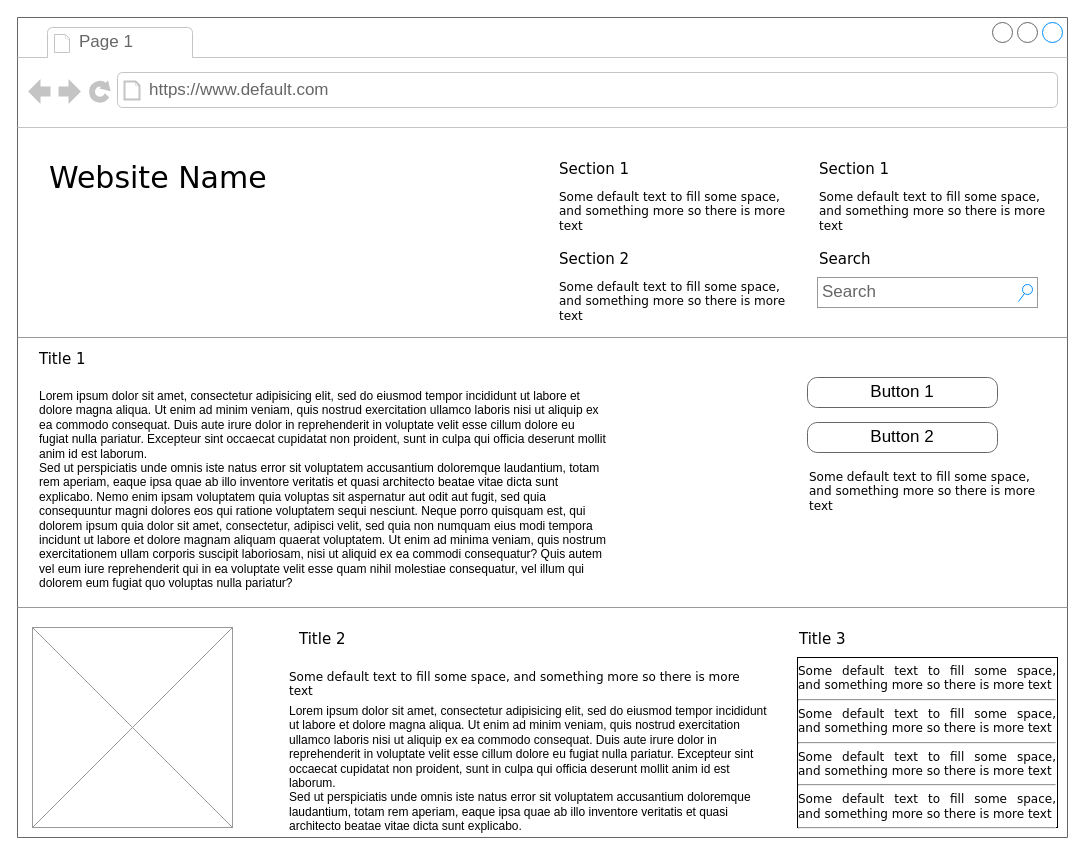
Before: Untitled Diagram.drawio in dfain2018/dfain2018.github.io, a draw.io diagram. Source tidied: cells renumbered, new cells numbered last; positions are measured from the earlier drawing's top-left corner, leaving out a move shared by most shapes. Both pictures are drawn from the tidied source at 100%, with x=0, y=0 at pixel (17, 17).
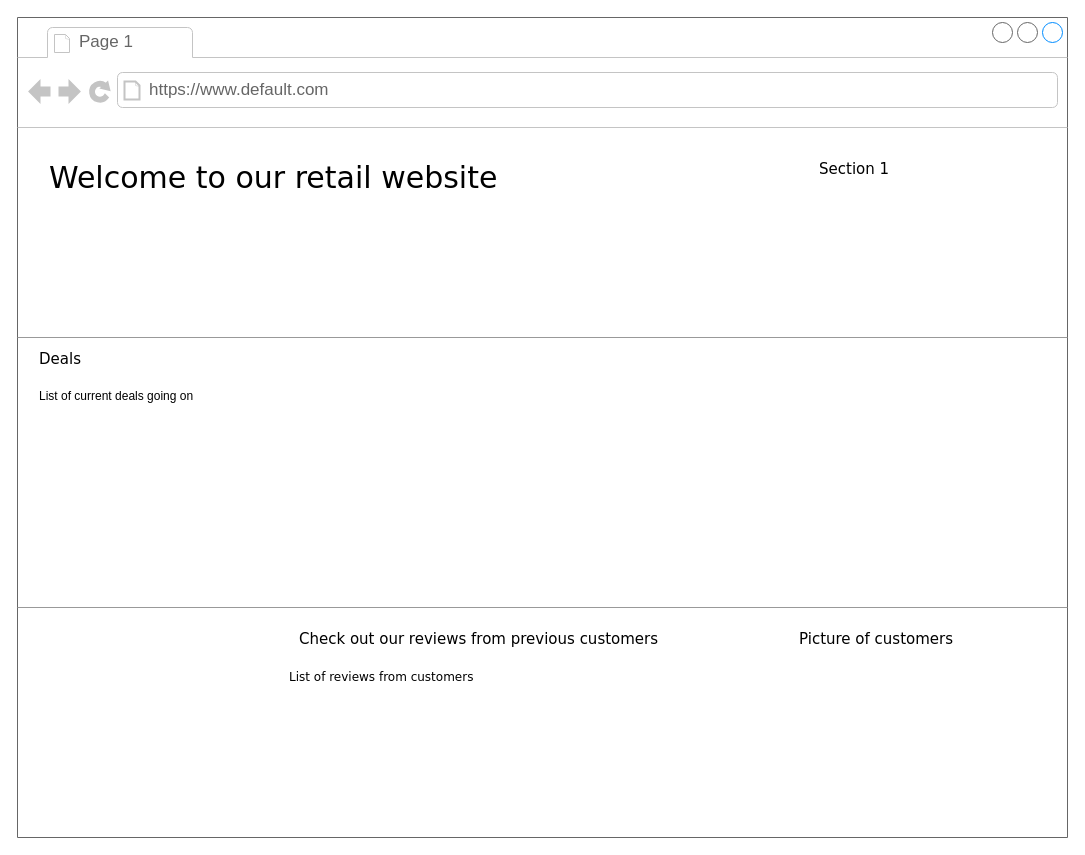
Above is the later version.

Commit message:
unit8wireframe2

Unchanged cells that the change refers to:
```xml
<mxCell id="2" style="strokeWidth=1;shadow=0;dashed=0;align=center;html=1;shape=mxgraph.mockup.containers.browserWindow;rSize=0;strokeColor=#666666;mainText=,;rounded=0;labelBackgroundColor=none;fontFamily=Verdana;fontSize=12;" parent="1" vertex="1">
  <mxGeometry width="1050" height="820" as="geometry" />
</mxCell>
```

What changed in the source:
```diff
@@
-    <mxCell id="5" value="Website Name" style="text;html=1;align=left;verticalAlign=top;spacingTop=-4;fontSize=30;fontFamily=Verdana;" parent="2" vertex="1">
+    <mxCell id="5" value="Welcome to our retail website" style="text;html=1;align=left;verticalAlign=top;spacingTop=-4;fontSize=30;fontFamily=Verdana;" parent="2" vertex="1">
       <mxGeometry x="30" y="140" width="340" height="50" as="geometry" />
     </mxCell>
-    <mxCell id="6" value="Section 1" style="text;html=1;align=left;verticalAlign=top;spacingTop=-4;fontSize=15;fontFamily=Verdana;" parent="2" vertex="1">
-      <mxGeometry x="540" y="140" width="170" height="30" as="geometry" />
-    </mxCell>
-    <mxCell id="7" value="Some default text to fill some space, and&amp;nbsp;&lt;span&gt;something more so there is more text&lt;/span&gt;" style="text;html=1;align=left;verticalAlign=top;spacingTop=-4;fontSize=12;fontFamily=Verdana;whiteSpace=wrap;" parent="2" vertex="1">
-      <mxGeometry x="540" y="170" width="240" height="40" as="geometry" />
-    </mxCell>
-    <mxCell id="8" value="Section 2" style="text;html=1;align=left;verticalAlign=top;spacingTop=-4;fontSize=15;fontFamily=Verdana;" parent="2" vertex="1">
-      <mxGeometry x="540" y="230" width="170" height="30" as="geometry" />
-    </mxCell>
-    <mxCell id="9" value="Some default text to fill some space, and&amp;nbsp;&lt;span&gt;something more so there is more text&lt;/span&gt;" style="text;html=1;align=left;verticalAlign=top;spacingTop=-4;fontSize=12;fontFamily=Verdana;whiteSpace=wrap;" parent="2" vertex="1">
-      <mxGeometry x="540" y="260" width="240" height="40" as="geometry" />
-    </mxCell>
@@
-    <mxCell id="11" value="Some default text to fill some space, and&amp;nbsp;&lt;span&gt;something more so there is more text&lt;/span&gt;" style="text;html=1;align=left;verticalAlign=top;spacingTop=-4;fontSize=12;fontFamily=Verdana;whiteSpace=wrap;" parent="2" vertex="1">
-      <mxGeometry x="800" y="170" width="240" height="40" as="geometry" />
-    </mxCell>
-    <mxCell id="12" value="Search" style="text;html=1;align=left;verticalAlign=top;spacingTop=-4;fontSize=15;fontFamily=Verdana;" parent="2" vertex="1">
-      <mxGeometry x="800" y="230" width="170" height="30" as="geometry" />
-    </mxCell>
-    <mxCell id="13" value="Search" style="strokeWidth=1;shadow=0;dashed=0;align=center;html=1;shape=mxgraph.mockup.forms.searchBox;strokeColor=#999999;mainText=;strokeColor2=#008cff;fontColor=#666666;fontSize=17;align=left;spacingLeft=3;rounded=0;labelBackgroundColor=none;" parent="2" vertex="1">
-      <mxGeometry x="800" y="260" width="220" height="30" as="geometry" />
-    </mxCell>
@@
-    <mxCell id="15" value="Title 1" style="text;html=1;align=left;verticalAlign=top;spacingTop=-4;fontSize=15;fontFamily=Verdana;" parent="2" vertex="1">
+    <mxCell id="15" value="Deals" style="text;html=1;align=left;verticalAlign=top;spacingTop=-4;fontSize=15;fontFamily=Verdana;" parent="2" vertex="1">
       <mxGeometry x="20" y="330" width="170" height="30" as="geometry" />
     </mxCell>
-    <mxCell id="16" value="Lorem ipsum dolor sit amet, consectetur adipisicing elit, sed do eiusmod tempor incididunt ut labore et dolore magna aliqua. Ut enim ad minim veniam, quis nostrud exercitation ullamco laboris nisi ut aliquip ex ea commodo consequat. Duis aute irure dolor in reprehenderit in voluptate velit esse cillum dolore eu fugiat nulla pariatur. Excepteur sint occaecat cupidatat non proident, sunt in culpa qui officia deserunt mollit anim id est laborum.&#10;Sed ut perspiciatis unde omnis iste natus error sit voluptatem accusantium doloremque laudantium, totam rem aperiam, eaque ipsa quae ab illo inventore veritatis et quasi architecto beatae vitae dicta sunt explicabo. Nemo enim ipsam voluptatem quia voluptas sit aspernatur aut odit aut fugit, sed quia consequuntur magni dolores eos qui ratione voluptatem sequi nesciunt. Neque porro quisquam est, qui dolorem ipsum quia dolor sit amet, consectetur, adipisci velit, sed quia non numquam eius modi tempora incidunt ut labore et dolore magnam aliquam quaerat voluptatem. Ut enim ad minima veniam, quis nostrum exercitationem ullam corporis suscipit laboriosam, nisi ut aliquid ex ea commodi consequatur? Quis autem vel eum iure reprehenderit qui in ea voluptate velit esse quam nihil molestiae consequatur, vel illum qui dolorem eum fugiat quo voluptas nulla pariatur?" style="text;spacingTop=-5;whiteSpace=wrap;html=1;align=left;fontSize=12;fontFamily=Helvetica;fillColor=none;strokeColor=none;rounded=0;shadow=1;labelBackgroundColor=none;" parent="2" vertex="1">
+    <mxCell id="16" value="List of current deals going on" style="text;spacingTop=-5;whiteSpace=wrap;html=1;align=left;fontSize=12;fontFamily=Helvetica;fillColor=none;strokeColor=none;rounded=0;shadow=1;labelBackgroundColor=none;" parent="2" vertex="1">
       <mxGeometry x="20" y="370" width="570" height="240" as="geometry" />
     </mxCell>
-    <mxCell id="17" value="Button 1" style="strokeWidth=1;shadow=0;dashed=0;align=center;html=1;shape=mxgraph.mockup.buttons.button;strokeColor=#666666;mainText=;buttonStyle=round;fontSize=17;fontStyle=0;fillColor=none;whiteSpace=wrap;rounded=0;labelBackgroundColor=none;" parent="2" vertex="1">
-      <mxGeometry x="790" y="360" width="190" height="30" as="geometry" />
-    </mxCell>
-    <mxCell id="18" value="Button 2" style="strokeWidth=1;shadow=0;dashed=0;align=center;html=1;shape=mxgraph.mockup.buttons.button;strokeColor=#666666;mainText=;buttonStyle=round;fontSize=17;fontStyle=0;fillColor=none;whiteSpace=wrap;rounded=0;labelBackgroundColor=none;" parent="2" vertex="1">
-      <mxGeometry x="790" y="405" width="190" height="30" as="geometry" />
-    </mxCell>
-    <mxCell id="19" value="Some default text to fill some space, and&amp;nbsp;&lt;span&gt;something more so there is more text&lt;/span&gt;" style="text;html=1;align=left;verticalAlign=top;spacingTop=-4;fontSize=12;fontFamily=Verdana;whiteSpace=wrap;" parent="2" vertex="1">
-      <mxGeometry x="790" y="450" width="240" height="40" as="geometry" />
-    </mxCell>
@@
-    <mxCell id="21" style="verticalLabelPosition=bottom;shadow=0;dashed=0;align=center;html=1;verticalAlign=top;strokeWidth=1;shape=mxgraph.mockup.graphics.simpleIcon;strokeColor=#999999;fillColor=#ffffff;rounded=0;labelBackgroundColor=none;fontFamily=Verdana;fontSize=12;fontColor=#000000;" parent="2" vertex="1">
-      <mxGeometry x="15" y="610" width="200" height="200" as="geometry" />
-    </mxCell>
-    <mxCell id="22" value="Title 2" style="text;html=1;align=left;verticalAlign=top;spacingTop=-4;fontSize=15;fontFamily=Verdana;" parent="2" vertex="1">
+    <mxCell id="22" value="Check out our reviews from previous customers" style="text;html=1;align=left;verticalAlign=top;spacingTop=-4;fontSize=15;fontFamily=Verdana;" parent="2" vertex="1">
       <mxGeometry x="280" y="610" width="170" height="30" as="geometry" />
     </mxCell>
-    <mxCell id="23" value="Title 3" style="text;html=1;align=left;verticalAlign=top;spacingTop=-4;fontSize=15;fontFamily=Verdana;" parent="2" vertex="1">
+    <mxCell id="23" value="Picture of customers" style="text;html=1;align=left;verticalAlign=top;spacingTop=-4;fontSize=15;fontFamily=Verdana;" parent="2" vertex="1">
       <mxGeometry x="780" y="610" width="170" height="30" as="geometry" />
     </mxCell>
-    <mxCell id="24" value="&lt;div style=&quot;text-align: justify&quot;&gt;&lt;span&gt;Some default text to fill some space, and&amp;nbsp;&lt;/span&gt;&lt;span&gt;something more so there is more text&lt;/span&gt;&lt;/div&gt;&lt;div style=&quot;text-align: justify&quot;&gt;&lt;hr id=&quot;null&quot; style=&quot;text-align: justify&quot;&gt;&lt;span&gt;&lt;div style=&quot;text-align: justify&quot;&gt;&lt;span&gt;Some default text to fill some space, and&amp;nbsp;&lt;/span&gt;&lt;span&gt;something more so there is more text&lt;/span&gt;&lt;/div&gt;&lt;/span&gt;&lt;/div&gt;&lt;hr id=&quot;null&quot; style=&quot;text-align: justify&quot;&gt;&lt;span&gt;&lt;div style=&quot;text-align: justify&quot;&gt;&lt;span&gt;Some default text to fill some space, and&amp;nbsp;&lt;/span&gt;&lt;span&gt;something more so there is more text&lt;/span&gt;&lt;/div&gt;&lt;/span&gt;&lt;hr id=&quot;null&quot; style=&quot;text-align: justify&quot;&gt;&lt;span&gt;&lt;div style=&quot;text-align: justify&quot;&gt;&lt;span&gt;Some default text to fill some space, and&amp;nbsp;&lt;/span&gt;&lt;span&gt;something more so there is more text&lt;/span&gt;&lt;/div&gt;&lt;/span&gt;&lt;hr id=&quot;null&quot; style=&quot;text-align: left&quot;&gt;" style="whiteSpace=wrap;html=1;rounded=0;shadow=0;labelBackgroundColor=none;strokeWidth=1;fontFamily=Verdana;fontSize=12;align=center;verticalAlign=top;" parent="2" vertex="1">
-      <mxGeometry x="780" y="640" width="260" height="170" as="geometry" />
-    </mxCell>
-    <mxCell id="25" value="Some default text to fill some space, and&amp;nbsp;&lt;span&gt;something more so there is more text&lt;/span&gt;" style="text;html=1;align=left;verticalAlign=top;spacingTop=-4;fontSize=12;fontFamily=Verdana;whiteSpace=wrap;" parent="2" vertex="1">
+    <mxCell id="25" value="List of reviews from customers" style="text;html=1;align=left;verticalAlign=top;spacingTop=-4;fontSize=12;fontFamily=Verdana;whiteSpace=wrap;" parent="2" vertex="1">
       <mxGeometry x="270" y="650" width="470" height="40" as="geometry" />
     </mxCell>
-    <mxCell id="26" value="Lorem ipsum dolor sit amet, consectetur adipisicing elit, sed do eiusmod tempor incididunt ut labore et dolore magna aliqua. Ut enim ad minim veniam, quis nostrud exercitation ullamco laboris nisi ut aliquip ex ea commodo consequat. Duis aute irure dolor in reprehenderit in voluptate velit esse cillum dolore eu fugiat nulla pariatur. Excepteur sint occaecat cupidatat non proident, sunt in culpa qui officia deserunt mollit anim id est laborum.&lt;br&gt;Sed ut perspiciatis unde omnis iste natus error sit voluptatem accusantium doloremque laudantium, totam rem aperiam, eaque ipsa quae ab illo inventore veritatis et quasi architecto beatae vitae dicta sunt explicabo.&amp;nbsp;" style="text;spacingTop=-5;whiteSpace=wrap;html=1;align=left;fontSize=12;fontFamily=Helvetica;fillColor=none;strokeColor=none;rounded=0;shadow=1;labelBackgroundColor=none;" parent="1" vertex="1">
-      <mxGeometry x="270" y="685" width="490" height="125" as="geometry" />
-    </mxCell>
```
